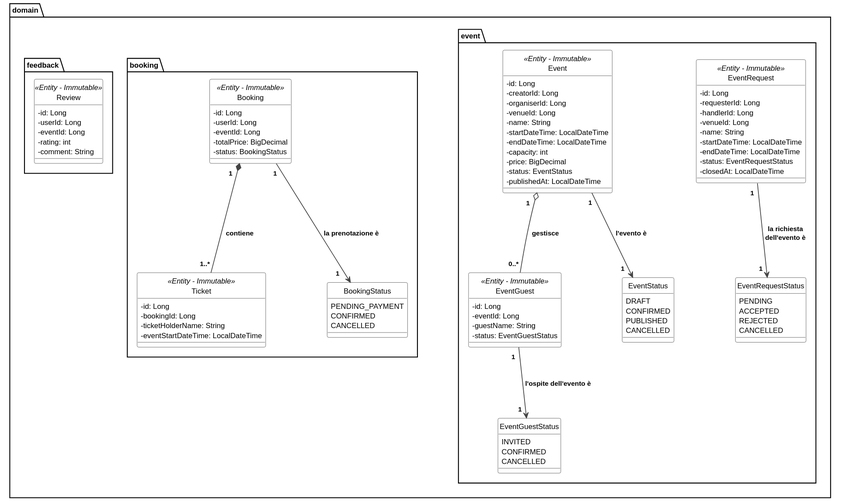
MeruemMeurel/Venue_Event_Organiser keeps this PlantUML diagram as docs/diagrams/domain/domain-events-bookings.svg. Above is the earlier version. The source it was exported from:
```plantuml
@startuml
skinparam style strictuml
skinparam classAttributeIconSize 0

skinparam DefaultFontName "Helvetica"
skinparam DefaultFontSize 12
skinparam class {
    BackgroundColor White
    BorderColor #333333
    ArrowColor #555555
}
skinparam nodesep 100
skinparam ranksep 100

skinparam ArrowThickness 1.2
skinparam ArrowFontStyle bold
skinparam ArrowFontSize 11
skinparam ArrowColor #444444

package "domain.event" {
    class EventRequest <<Entity - Immutable>> {
        - id: Long
        - requesterId: Long
        - handlerId: Long
        - venueId: Long
        - name: String
        - startDateTime: LocalDateTime
        - endDateTime: LocalDateTime
        - status: EventRequestStatus
        - closedAt: LocalDateTime
    }

    class Event <<Entity - Immutable>> {
        - id: Long
        - creatorId: Long
        - organiserId: Long
        - venueId: Long
        - name: String
        - startDateTime: LocalDateTime
        - endDateTime: LocalDateTime
        - capacity: int
        - price: BigDecimal
        - status: EventStatus
        - publishedAt: LocalDateTime
    }

    class EventGuest <<Entity - Immutable>> {
        - id: Long
        - eventId: Long
        - guestName: String
        - status: EventGuestStatus
    }

    enum EventStatus {
        DRAFT
        CONFIRMED
        PUBLISHED
        CANCELLED
    }

    enum EventRequestStatus {
        PENDING
        ACCEPTED
        REJECTED
        CANCELLED
    }

    enum EventGuestStatus {
        INVITED
        CONFIRMED
        CANCELLED
    }
}

package "domain.booking" {
    class Booking <<Entity - Immutable>> {
        - id: Long
        - userId: Long
        - eventId: Long
        - totalPrice: BigDecimal
        - status: BookingStatus
    }

    class Ticket <<Entity - Immutable>> {
        - id: Long
        - bookingId: Long
        - ticketHolderName: String
        - eventStartDateTime: LocalDateTime
    }

    enum BookingStatus {
        PENDING_PAYMENT
        CONFIRMED
        CANCELLED
    }
}

package "domain.feedback" {
    class Review <<Entity - Immutable>> {
        - id: Long
        - userId: Long
        - eventId: Long
        - rating: int
        - comment: String
    }
}


EventRequest "1  " --> "1  " EventRequestStatus : " la richiesta\n dell'evento è"
Event "1 " --> "1   " EventStatus : " l'evento è"
EventGuest "1  " --> "1  " EventGuestStatus : " l'ospite dell'evento è"
Booking "1 " --> "1    " BookingStatus : "la prenotazione è"
Booking "1   " *-- "1..* " Ticket : " contiene"
Event "1   " o-- "0..* " EventGuest : " gestisce"
@endum
```
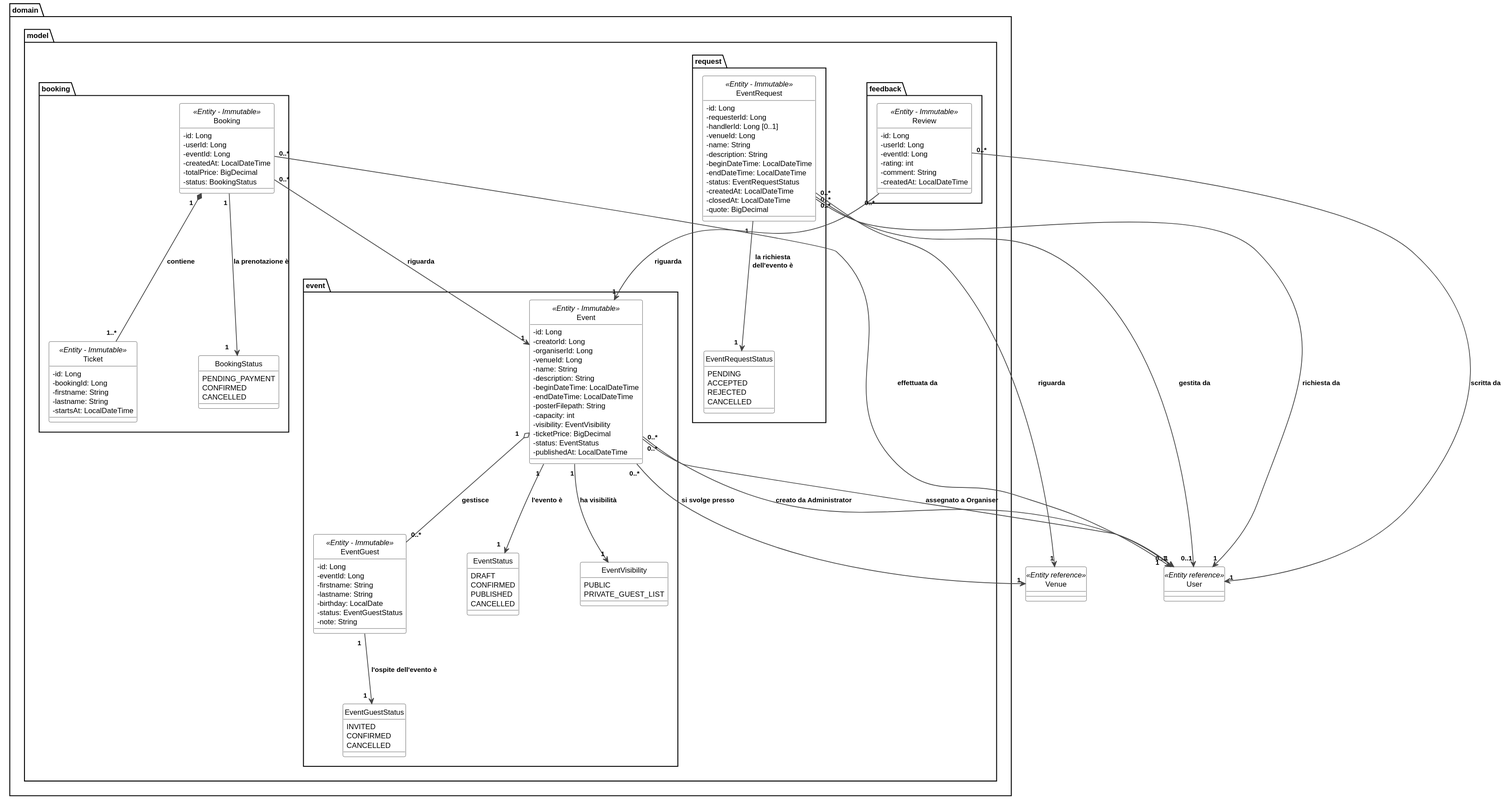
After the change.

Commit message:
docs: align domain diagrams with implementation

Diff of the diagram source:
```diff
@@ -17,29 +17,48 @@
 skinparam ArrowFontSize 11
 skinparam ArrowColor #444444
 
-package "domain.event" {
+class User <<Entity reference>>
+class Venue <<Entity reference>>
+
+package "domain.model.request" {
     class EventRequest <<Entity - Immutable>> {
         - id: Long
         - requesterId: Long
-        - handlerId: Long
+        - handlerId: Long [0..1]
         - venueId: Long
         - name: String
-        - startDateTime: LocalDateTime
+        - description: String
+        - beginDateTime: LocalDateTime
         - endDateTime: LocalDateTime
         - status: EventRequestStatus
+        - createdAt: LocalDateTime
         - closedAt: LocalDateTime
+        - quote: BigDecimal
     }
 
+    enum EventRequestStatus {
+        PENDING
+        ACCEPTED
+        REJECTED
+        CANCELLED
+    }
+
+}
+
+package "domain.model.event" {
     class Event <<Entity - Immutable>> {
         - id: Long
         - creatorId: Long
         - organiserId: Long
         - venueId: Long
         - name: String
-        - startDateTime: LocalDateTime
+        - description: String
+        - beginDateTime: LocalDateTime
         - endDateTime: LocalDateTime
+        - posterFilepath: String
         - capacity: int
-        - price: BigDecimal
+        - visibility: EventVisibility
+        - ticketPrice: BigDecimal
         - status: EventStatus
         - publishedAt: LocalDateTime
     }
@@ -47,8 +66,11 @@
     class EventGuest <<Entity - Immutable>> {
         - id: Long
         - eventId: Long
-        - guestName: String
+        - firstname: String
+        - lastname: String
+        - birthday: LocalDate
         - status: EventGuestStatus
+        - note: String
     }
 
     enum EventStatus {
@@ -58,25 +80,24 @@
         CANCELLED
     }
 
-    enum EventRequestStatus {
-        PENDING
-        ACCEPTED
-        REJECTED
-        CANCELLED
-    }
-
     enum EventGuestStatus {
         INVITED
         CONFIRMED
         CANCELLED
     }
+
+    enum EventVisibility {
+        PUBLIC
+        PRIVATE_GUEST_LIST
+    }
 }
 
-package "domain.booking" {
+package "domain.model.booking" {
     class Booking <<Entity - Immutable>> {
         - id: Long
         - userId: Long
         - eventId: Long
+        - createdAt: LocalDateTime
         - totalPrice: BigDecimal
         - status: BookingStatus
     }
@@ -84,8 +105,9 @@
     class Ticket <<Entity - Immutable>> {
         - id: Long
         - bookingId: Long
-        - ticketHolderName: String
-        - eventStartDateTime: LocalDateTime
+        - firstname: String
+        - lastname: String
+        - startsAt: LocalDateTime
     }
 
     enum BookingStatus {
@@ -95,13 +117,14 @@
     }
 }
 
-package "domain.feedback" {
+package "domain.model.feedback" {
     class Review <<Entity - Immutable>> {
         - id: Long
         - userId: Long
         - eventId: Long
         - rating: int
         - comment: String
+        - createdAt: LocalDateTime
     }
 }
 
@@ -109,7 +132,19 @@
 EventRequest "1  " --> "1  " EventRequestStatus : " la richiesta\n dell'evento è"
 Event "1 " --> "1   " EventStatus : " l'evento è"
 EventGuest "1  " --> "1  " EventGuestStatus : " l'ospite dell'evento è"
+Event "1" --> "1" EventVisibility : "ha visibilità"
 Booking "1 " --> "1    " BookingStatus : "la prenotazione è"
 Booking "1   " *-- "1..* " Ticket : " contiene"
 Event "1   " o-- "0..* " EventGuest : " gestisce"
+
+EventRequest "0..*" --> "1" User : "richiesta da"
+EventRequest "0..*" --> "0..1" User : "gestita da"
+EventRequest "0..*" --> "1" Venue : "riguarda"
+Event "0..*" --> "1" Venue : "si svolge presso"
+Event "0..*" --> "1" User : "creato da Administrator"
+Event "0..*" --> "0..1" User : "assegnato a Organiser"
+Booking "0..*" --> "1" User : "effettuata da"
+Booking "0..*" --> "1" Event : "riguarda"
+Review "0..*" --> "1" User : "scritta da"
+Review "0..*" --> "1" Event : "riguarda"
 @endum
```
